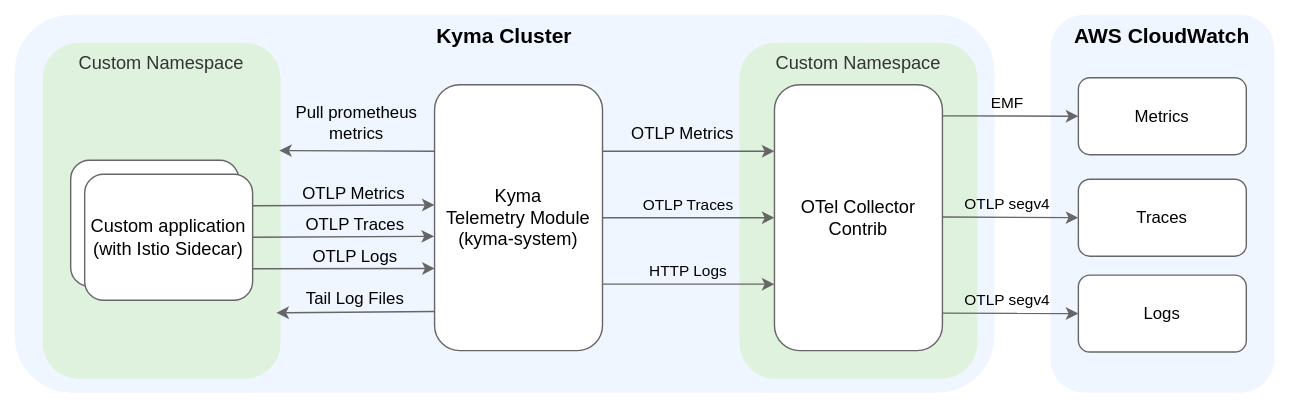
kyma-project/telemetry-manager keeps this draw.io diagram as docs/user/integration/assets/cloudwatch.drawio.svg. Above is the earlier version. Source tidied: cells renumbered, new cells last; positions are measured from the earlier drawing's top-left corner, leaving out a move shared by most shapes. Source of this version:
```xml
<mxGraphModel>
  <root>
    <mxCell id="0" />
    <mxCell id="1" parent="0" />
    <mxCell id="2" value="&lt;font style=&quot;font-size: 15px;&quot;&gt;Kyma Cluster&lt;/font&gt;" style="text;html=1;strokeColor=none;fillColor=none;align=center;verticalAlign=middle;whiteSpace=wrap;rounded=0;fontStyle=1;fontSize=24;" parent="1" vertex="1">
      <mxGeometry x="580" y="110" width="170" height="30" as="geometry" />
    </mxCell>
    <mxCell id="3" value="&lt;span style=&quot;font-weight: normal;&quot;&gt;&lt;font style=&quot;font-size: 13px;&quot;&gt;Custom Namespace&lt;/font&gt;&lt;/span&gt;" style="text;html=1;strokeColor=none;fillColor=none;align=center;verticalAlign=middle;whiteSpace=wrap;rounded=0;fontStyle=1;fontSize=22;" parent="1" vertex="1">
      <mxGeometry x="130" y="170" width="240" height="30" as="geometry" />
    </mxCell>
    <mxCell id="4" style="rounded=0;whiteSpace=wrap;html=1;strokeColor=none;" parent="1" vertex="1">
      <mxGeometry width="930" height="290" as="geometry" />
    </mxCell>
    <mxCell id="5" value="&lt;b&gt;&lt;font style=&quot;font-size: 15px;&quot;&gt;Kyma Cluster&lt;br&gt;&lt;/font&gt;&lt;/b&gt;" style="rounded=1;whiteSpace=wrap;html=1;fillColor=#F0F6FF;strokeColor=none;verticalAlign=top;" parent="1" vertex="1">
      <mxGeometry x="10" y="10" width="700" height="270" as="geometry" />
    </mxCell>
    <mxCell id="6" value="&lt;font style=&quot;font-size: 13px;&quot;&gt;Custom Namespace&lt;br&gt;&lt;/font&gt;" style="rounded=1;whiteSpace=wrap;html=1;fillColor=#DEF2DD;fontColor=#333333;strokeColor=none;verticalAlign=top;" parent="1" vertex="1">
      <mxGeometry x="30" y="30" width="170" height="240" as="geometry" />
    </mxCell>
    <mxCell id="7" value="&lt;font style=&quot;font-size: 13px;&quot;&gt;Kyma &lt;br&gt;Telemetry Module&lt;br style=&quot;border-color: var(--border-color);&quot;&gt;(kyma-system)&lt;/font&gt;" style="rounded=1;whiteSpace=wrap;html=1;fillColor=#FFFFFF;strokeColor=#666666;" parent="1" vertex="1">
      <mxGeometry x="310" y="60" width="120" height="190" as="geometry" />
    </mxCell>
    <mxCell id="8" style="edgeStyle=none;rounded=1;jettySize=auto;html=1;exitX=1;exitY=0.25;exitDx=0;exitDy=0;strokeColor=#666666;entryX=0;entryY=0.452;entryDx=0;entryDy=0;entryPerimeter=0;" parent="1" edge="1" source="17" target="7">
      <mxGeometry relative="1" as="geometry" />
    </mxCell>
    <mxCell id="9" value="OTLP Metrics" style="edgeLabel;html=1;align=center;verticalAlign=middle;labelBackgroundColor=none;fontStyle=0;fontSize=12;" parent="8" vertex="1">
      <mxGeometry x="-0.29" y="2" relative="1" as="geometry">
        <mxPoint x="26" y="-7" as="offset" />
      </mxGeometry>
    </mxCell>
    <mxCell id="10" style="edgeStyle=none;rounded=1;jettySize=auto;html=1;exitX=1;exitY=0.5;exitDx=0;exitDy=0;strokeColor=#666666;entryX=-0.003;entryY=0.57;entryDx=0;entryDy=0;entryPerimeter=0;" parent="1" edge="1" source="17" target="7">
      <mxGeometry relative="1" as="geometry" />
    </mxCell>
    <mxCell id="11" value="OTLP Traces" style="edgeLabel;html=1;align=center;verticalAlign=middle;fontSize=12;fontStyle=0;labelBackgroundColor=none;" parent="10" vertex="1">
      <mxGeometry x="-0.1" y="2" relative="1" as="geometry">
        <mxPoint x="14" y="-7" as="offset" />
      </mxGeometry>
    </mxCell>
    <mxCell id="12" style="rounded=1;whiteSpace=wrap;html=1;fontSize=13;fontStyle=0;strokeColor=#666666;" parent="1" vertex="1">
      <mxGeometry x="50" y="114" width="120" height="90" as="geometry" />
    </mxCell>
    <mxCell id="13" value="&lt;font style=&quot;font-size: 12px;&quot;&gt;OTLP Metrics&lt;/font&gt;" style="edgeLabel;html=1;align=center;verticalAlign=middle;fontStyle=0;labelBackgroundColor=none;fontSize=12;" parent="1" vertex="1">
      <mxGeometry x="527.9" y="87" as="geometry">
        <mxPoint x="-41" y="7" as="offset" />
      </mxGeometry>
    </mxCell>
    <mxCell id="14" style="edgeStyle=orthogonalEdgeStyle;rounded=0;orthogonalLoop=1;jettySize=auto;html=1;exitX=0.5;exitY=1;exitDx=0;exitDy=0;" parent="1" edge="1" source="7" target="7">
      <mxGeometry relative="1" as="geometry" />
    </mxCell>
    <mxCell id="15" style="edgeStyle=none;rounded=1;jettySize=auto;html=1;exitX=0;exitY=0.853;exitDx=0;exitDy=0;strokeColor=#666666;entryX=0.982;entryY=0.804;entryDx=0;entryDy=0;exitPerimeter=0;entryPerimeter=0;" parent="1" edge="1" source="7" target="6">
      <mxGeometry relative="1" as="geometry" />
    </mxCell>
    <mxCell id="16" value="Tail Log Files" style="edgeLabel;html=1;align=center;verticalAlign=middle;fontSize=12;fontStyle=0;labelBackgroundColor=none;" parent="15" vertex="1">
      <mxGeometry x="-0.1" y="2" relative="1" as="geometry">
        <mxPoint x="-7" y="-12" as="offset" />
      </mxGeometry>
    </mxCell>
    <mxCell id="17" value="Custom application&lt;br&gt;(with Istio Sidecar)" style="rounded=1;whiteSpace=wrap;html=1;fontSize=13;fontStyle=0;strokeColor=#666666;" parent="1" vertex="1">
      <mxGeometry x="60" y="124" width="120" height="90" as="geometry" />
    </mxCell>
    <mxCell id="18" style="edgeStyle=none;rounded=1;jettySize=auto;html=1;exitX=0;exitY=0.25;exitDx=0;exitDy=0;strokeColor=#666666;entryX=0.994;entryY=0.321;entryDx=0;entryDy=0;entryPerimeter=0;" parent="1" edge="1" source="7" target="6">
      <mxGeometry relative="1" as="geometry" />
    </mxCell>
    <mxCell id="19" value="Pull prometheus&lt;br&gt;metrics" style="edgeLabel;html=1;align=center;verticalAlign=middle;fontSize=12;fontStyle=0;labelBackgroundColor=none;" parent="18" vertex="1">
      <mxGeometry x="-0.1" y="2" relative="1" as="geometry">
        <mxPoint x="-7" y="-23" as="offset" />
      </mxGeometry>
    </mxCell>
    <mxCell id="20" value="&lt;font style=&quot;font-size: 15px;&quot;&gt;&lt;b&gt;AWS CloudWatch&lt;br&gt;&lt;/b&gt;&lt;/font&gt;" style="rounded=1;whiteSpace=wrap;html=1;fillColor=#F0F6FF;strokeColor=none;verticalAlign=top;" parent="1" vertex="1">
      <mxGeometry x="750" y="10" width="160" height="270" as="geometry" />
    </mxCell>
    <mxCell id="21" value="&lt;font style=&quot;font-size: 13px;&quot;&gt;Custom Namespace&lt;br&gt;&lt;/font&gt;" style="rounded=1;whiteSpace=wrap;html=1;fillColor=#DEF2DD;fontColor=#333333;strokeColor=none;verticalAlign=top;" parent="1" vertex="1">
      <mxGeometry x="527.9" y="30" width="170" height="240" as="geometry" />
    </mxCell>
    <mxCell id="22" value="&lt;span style=&quot;font-size: 13px;&quot;&gt;OTel Collector Contrib&lt;br&gt;&lt;/span&gt;" style="rounded=1;whiteSpace=wrap;html=1;fillColor=#FFFFFF;strokeColor=#666666;" parent="1" vertex="1">
      <mxGeometry x="552.9" y="60" width="120" height="190" as="geometry" />
    </mxCell>
    <mxCell id="23" style="edgeStyle=none;rounded=1;jettySize=auto;html=1;exitX=1;exitY=0.25;exitDx=0;exitDy=0;strokeColor=#666666;entryX=0;entryY=0.25;entryDx=0;entryDy=0;" parent="1" edge="1" source="7" target="22">
      <mxGeometry relative="1" as="geometry" />
    </mxCell>
    <mxCell id="24" style="edgeStyle=none;rounded=1;jettySize=auto;html=1;strokeColor=#666666;entryX=0;entryY=0.5;entryDx=0;entryDy=0;exitX=1;exitY=0.5;exitDx=0;exitDy=0;" parent="1" edge="1" source="7" target="22">
      <mxGeometry relative="1" as="geometry" />
    </mxCell>
    <mxCell id="25" value="OTLP Traces" style="edgeLabel;html=1;align=center;verticalAlign=middle;labelBackgroundColor=none;" parent="24" vertex="1">
      <mxGeometry x="0.2" y="-2" relative="1" as="geometry">
        <mxPoint x="-14" y="-12" as="offset" />
      </mxGeometry>
    </mxCell>
    <mxCell id="26" style="edgeStyle=none;rounded=1;jettySize=auto;html=1;exitX=1;exitY=0.75;exitDx=0;exitDy=0;strokeColor=#666666;entryX=0;entryY=0.75;entryDx=0;entryDy=0;" parent="1" edge="1" source="7" target="22">
      <mxGeometry relative="1" as="geometry" />
    </mxCell>
    <mxCell id="27" value="HTTP Logs" style="edgeLabel;html=1;align=center;verticalAlign=middle;labelBackgroundColor=none;" parent="26" vertex="1">
      <mxGeometry x="0.14" y="1" relative="1" as="geometry">
        <mxPoint x="-10" y="-9" as="offset" />
      </mxGeometry>
    </mxCell>
    <mxCell id="28" value="Metrics" style="rounded=1;whiteSpace=wrap;html=1;fillColor=#FFFFFF;strokeColor=#666666;" parent="1" vertex="1">
      <mxGeometry x="770" y="55" width="120" height="55" as="geometry" />
    </mxCell>
    <mxCell id="29" style="edgeStyle=none;rounded=1;jettySize=auto;html=1;exitX=1;exitY=0.75;exitDx=0;exitDy=0;strokeColor=#666666;entryX=0.001;entryY=0.691;entryDx=0;entryDy=0;entryPerimeter=0;" parent="1" edge="1" source="17" target="7">
      <mxGeometry relative="1" as="geometry" />
    </mxCell>
    <mxCell id="30" value="OTLP Logs" style="edgeLabel;html=1;align=center;verticalAlign=middle;fontSize=12;fontStyle=0;labelBackgroundColor=none;" parent="29" vertex="1">
      <mxGeometry x="-0.1" y="2" relative="1" as="geometry">
        <mxPoint x="14" y="-7" as="offset" />
      </mxGeometry>
    </mxCell>
    <mxCell id="31" value="Traces" style="rounded=1;whiteSpace=wrap;html=1;fillColor=#FFFFFF;strokeColor=#666666;" parent="1" vertex="1">
      <mxGeometry x="770" y="127.5" width="120" height="55" as="geometry" />
    </mxCell>
    <mxCell id="32" value="Logs" style="rounded=1;whiteSpace=wrap;html=1;fillColor=#FFFFFF;strokeColor=#666666;" parent="1" vertex="1">
      <mxGeometry x="770" y="196" width="120" height="55" as="geometry" />
    </mxCell>
    <mxCell id="33" style="edgeStyle=none;rounded=1;jettySize=auto;html=1;exitX=1.002;exitY=0.859;exitDx=0;exitDy=0;strokeColor=#666666;entryX=0;entryY=0.5;entryDx=0;entryDy=0;exitPerimeter=0;" parent="1" edge="1" source="22" target="32">
      <mxGeometry relative="1" as="geometry" />
    </mxCell>
    <mxCell id="34" value="OTLP segv4" style="edgeLabel;html=1;align=center;verticalAlign=middle;labelBackgroundColor=none;" parent="33" vertex="1">
      <mxGeometry x="0.14" y="1" relative="1" as="geometry">
        <mxPoint x="-10" y="-9" as="offset" />
      </mxGeometry>
    </mxCell>
    <mxCell id="35" style="edgeStyle=none;rounded=1;jettySize=auto;html=1;exitX=1.002;exitY=0.859;exitDx=0;exitDy=0;strokeColor=#666666;entryX=0;entryY=0.5;entryDx=0;entryDy=0;exitPerimeter=0;" parent="1" edge="1" target="31">
      <mxGeometry relative="1" as="geometry">
        <mxPoint x="673" y="154.5" as="sourcePoint" />
      </mxGeometry>
    </mxCell>
    <mxCell id="36" value="OTLP segv4" style="edgeLabel;html=1;align=center;verticalAlign=middle;labelBackgroundColor=none;" parent="35" vertex="1">
      <mxGeometry x="0.14" y="1" relative="1" as="geometry">
        <mxPoint x="-10" y="-9" as="offset" />
      </mxGeometry>
    </mxCell>
    <mxCell id="37" style="edgeStyle=none;rounded=1;jettySize=auto;html=1;exitX=1.002;exitY=0.859;exitDx=0;exitDy=0;strokeColor=#666666;entryX=0;entryY=0.5;entryDx=0;entryDy=0;exitPerimeter=0;" parent="1" edge="1" target="28">
      <mxGeometry relative="1" as="geometry">
        <mxPoint x="672.9" y="82.2" as="sourcePoint" />
      </mxGeometry>
    </mxCell>
    <mxCell id="38" value="EMF" style="edgeLabel;html=1;align=center;verticalAlign=middle;labelBackgroundColor=none;" parent="37" vertex="1">
      <mxGeometry x="0.14" y="1" relative="1" as="geometry">
        <mxPoint x="-10" y="-9" as="offset" />
      </mxGeometry>
    </mxCell>
  </root>
</mxGraphModel>
```
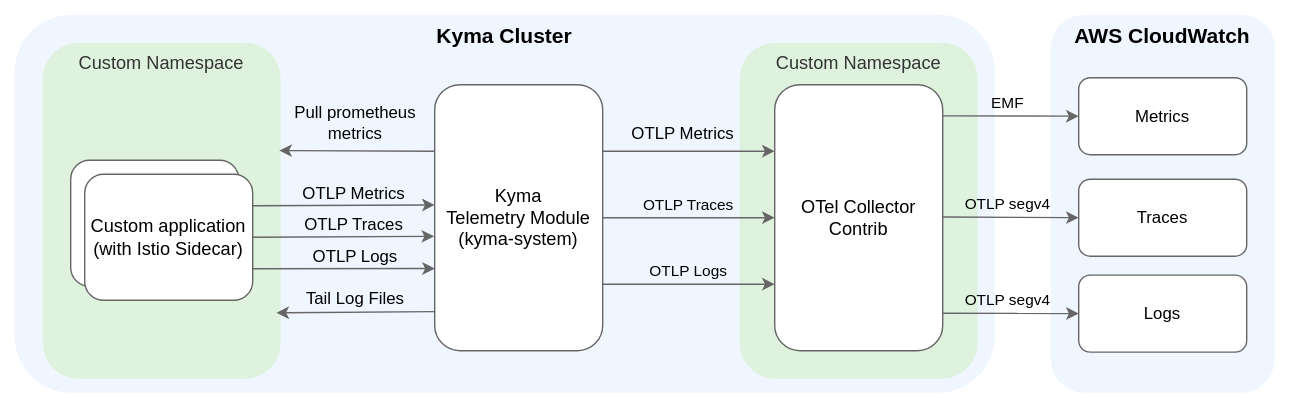
Later version of the same file.

Commit message:
fix aws diagram

The edit, as a diff of the source:
```diff
@@ -89,7 +89,7 @@
     <mxCell id="26" style="edgeStyle=none;rounded=1;jettySize=auto;html=1;exitX=1;exitY=0.75;exitDx=0;exitDy=0;strokeColor=#666666;entryX=0;entryY=0.75;entryDx=0;entryDy=0;" parent="1" edge="1" source="7" target="22">
       <mxGeometry relative="1" as="geometry" />
     </mxCell>
-    <mxCell id="27" value="HTTP Logs" style="edgeLabel;html=1;align=center;verticalAlign=middle;labelBackgroundColor=none;" parent="26" vertex="1">
+    <mxCell id="27" value="OTLP Logs" style="edgeLabel;html=1;align=center;verticalAlign=middle;labelBackgroundColor=none;" parent="26" vertex="1">
       <mxGeometry x="0.14" y="1" relative="1" as="geometry">
         <mxPoint x="-10" y="-9" as="offset" />
       </mxGeometry>
```
